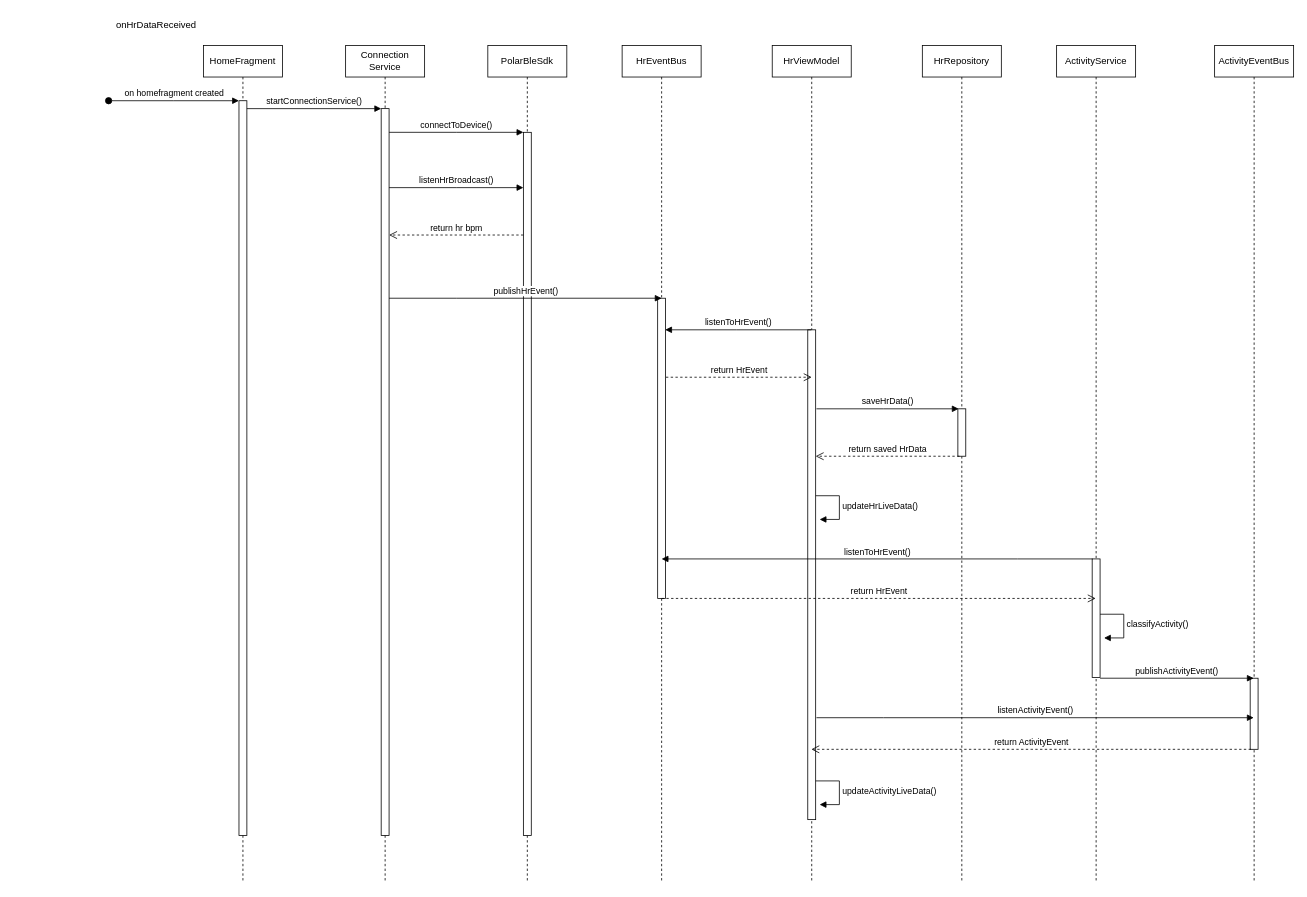
This is my-thesis/diagrams/hr-broadcast.drawio from ba-nhermanto/thesis, a draw.io file, before an edit. Source tidied: cells renumbered, new cells numbered last; positions are measured from the earlier drawing's top-left corner, leaving out a move shared by most shapes. Both pictures are drawn from the tidied source at 79%, with x=0, y=0 at pixel (108, 13).
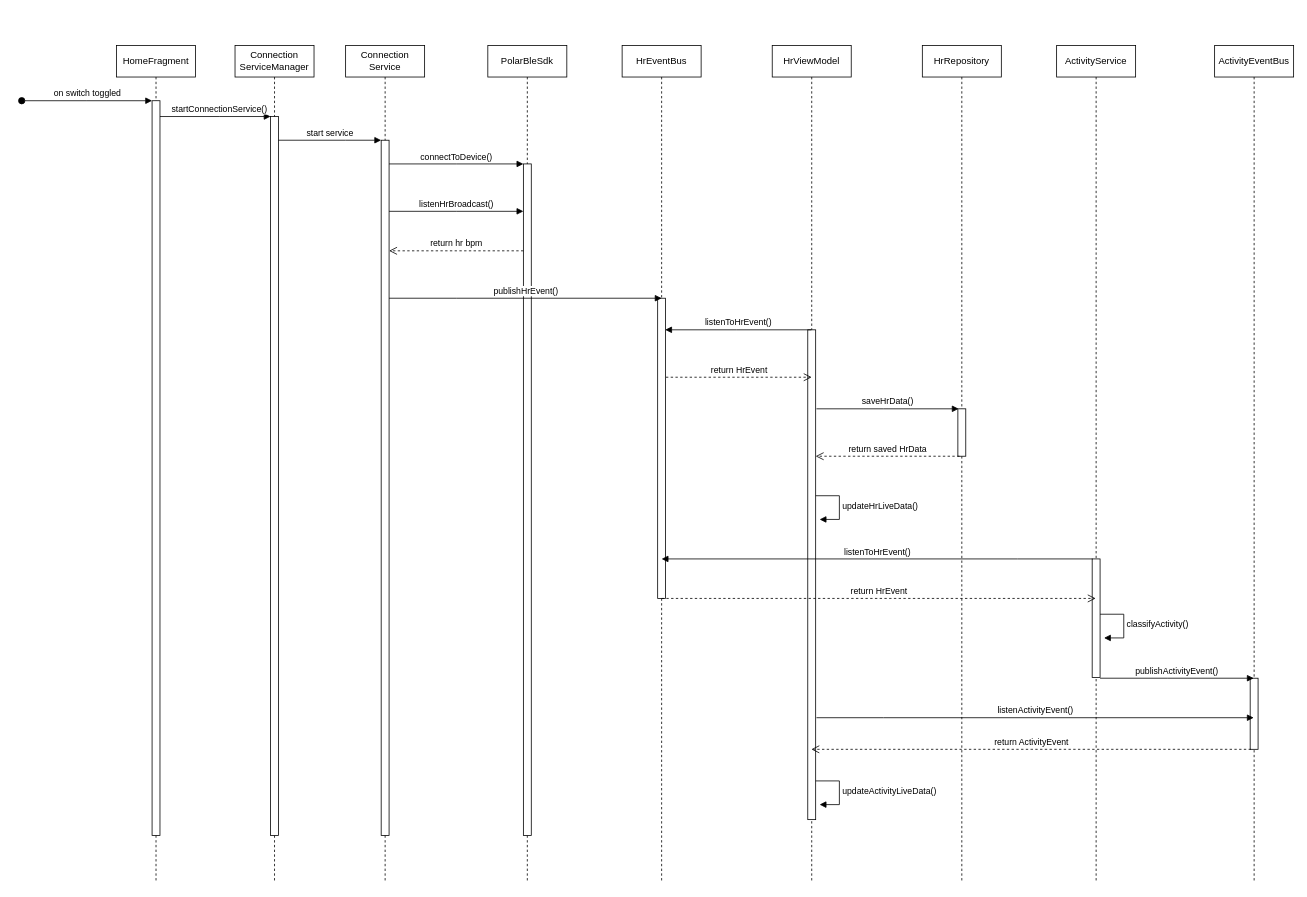
The same diagram, later.

The change refers to these unchanged cells:
```xml
<mxCell id="3" style="html=1;points=[];perimeter=orthogonalPerimeter;outlineConnect=0;targetShapes=umlLifeline;portConstraint=eastwest;newEdgeStyle={&quot;edgeStyle&quot;:&quot;elbowEdgeStyle&quot;,&quot;elbow&quot;:&quot;vertical&quot;,&quot;curved&quot;:0,&quot;rounded&quot;:0};" parent="2" vertex="1">
  <mxGeometry x="45" y="70" width="10" height="930" as="geometry" />
</mxCell>
<mxCell id="5" value="Connection&lt;br&gt;Service" style="shape=umlLifeline;perimeter=lifelinePerimeter;whiteSpace=wrap;html=1;newEdgeStyle={&quot;edgeStyle&quot;:&quot;elbowEdgeStyle&quot;,&quot;elbow&quot;:&quot;vertical&quot;,&quot;curved&quot;:0,&quot;rounded&quot;:0};" parent="1" vertex="1">
  <mxGeometry x="300" y="40" width="100" height="1060" as="geometry" />
</mxCell>
<mxCell id="8" value="PolarBleSdk" style="shape=umlLifeline;perimeter=lifelinePerimeter;whiteSpace=wrap;html=1;newEdgeStyle={&quot;edgeStyle&quot;:&quot;elbowEdgeStyle&quot;,&quot;elbow&quot;:&quot;vertical&quot;,&quot;curved&quot;:0,&quot;rounded&quot;:0};" parent="1" vertex="1">
  <mxGeometry x="480" y="40" width="100" height="1060" as="geometry" />
</mxCell>
```

Change to the diagram source:
```diff
@@
     <mxCell id="2" value="HomeFragment" style="shape=umlLifeline;perimeter=lifelinePerimeter;whiteSpace=wrap;html=1;newEdgeStyle={&quot;edgeStyle&quot;:&quot;elbowEdgeStyle&quot;,&quot;elbow&quot;:&quot;vertical&quot;,&quot;curved&quot;:0,&quot;rounded&quot;:0};" parent="1" vertex="1">
-      <mxGeometry x="120" y="40" width="100" height="1060" as="geometry" />
+      <mxGeometry x="10" y="40" width="100" height="1060" as="geometry" />
     </mxCell>
@@
-    <mxCell id="4" value="on homefragment created" style="html=1;verticalAlign=bottom;startArrow=oval;endArrow=block;startSize=8;edgeStyle=elbowEdgeStyle;elbow=vertical;curved=0;rounded=0;" parent="2" edge="1" target="3">
+    <mxCell id="4" value="on switch toggled" style="html=1;verticalAlign=bottom;startArrow=oval;endArrow=block;startSize=8;edgeStyle=elbowEdgeStyle;elbow=vertical;curved=0;rounded=0;" parent="2" edge="1" target="3">
       <mxGeometry relative="1" as="geometry">
         <mxPoint x="-120" y="70" as="sourcePoint" />
       </mxGeometry>
     </mxCell>
@@
     <mxCell id="6" style="html=1;points=[];perimeter=orthogonalPerimeter;outlineConnect=0;targetShapes=umlLifeline;portConstraint=eastwest;newEdgeStyle={&quot;edgeStyle&quot;:&quot;elbowEdgeStyle&quot;,&quot;elbow&quot;:&quot;vertical&quot;,&quot;curved&quot;:0,&quot;rounded&quot;:0};" parent="5" vertex="1">
-      <mxGeometry x="45" y="80" width="10" height="920" as="geometry" />
+      <mxGeometry x="45" y="120" width="10" height="880" as="geometry" />
     </mxCell>
-    <mxCell id="7" value="startConnectionService()" style="html=1;verticalAlign=bottom;endArrow=block;edgeStyle=elbowEdgeStyle;elbow=vertical;curved=0;rounded=0;" parent="1" edge="1" source="3" target="6">
-      <mxGeometry relative="1" as="geometry">
+    <mxCell id="7" value="startConnectionService()" style="html=1;verticalAlign=bottom;endArrow=block;edgeStyle=elbowEdgeStyle;elbow=vertical;curved=0;rounded=0;" parent="1" edge="1" source="3" target="38">
+      <mxGeometry x="0.07" relative="1" as="geometry">
         <Array as="points">
-          <mxPoint x="260" y="120" />
+          <mxPoint x="140" y="130" />
         </Array>
       </mxGeometry>
     </mxCell>
@@
     <mxCell id="9" style="html=1;perimeter=orthogonalPerimeter;targetShapes=umlLifeline;newEdgeStyle={&quot;edgeStyle&quot;:&quot;elbowEdgeStyle&quot;,&quot;elbow&quot;:&quot;vertical&quot;,&quot;curved&quot;:0,&quot;rounded&quot;:0};" parent="8" vertex="1">
-      <mxGeometry x="45" y="110" width="10" height="890" as="geometry" />
+      <mxGeometry x="45" y="150" width="10" height="850" as="geometry" />
     </mxCell>
     <mxCell id="10" value="connectToDevice()" style="html=1;verticalAlign=bottom;endArrow=block;edgeStyle=elbowEdgeStyle;elbow=vertical;curved=0;rounded=0;" parent="1" edge="1">
       <mxGeometry relative="1" as="geometry">
-        <mxPoint x="355" y="150" as="sourcePoint" />
-        <mxPoint x="525" y="150" as="targetPoint" />
+        <mxPoint x="355" y="190" as="sourcePoint" />
+        <mxPoint x="525" y="190" as="targetPoint" />
         <Array as="points">
-          <mxPoint x="440" y="150" />
+          <mxPoint x="440" y="190" />
         </Array>
       </mxGeometry>
     </mxCell>
     <mxCell id="11" value="listenHrBroadcast()" style="html=1;verticalAlign=bottom;endArrow=block;edgeStyle=elbowEdgeStyle;elbow=vertical;curved=0;rounded=0;" parent="1" edge="1">
       <mxGeometry relative="1" as="geometry">
-        <mxPoint x="355" y="220" as="sourcePoint" />
-        <mxPoint x="525" y="220" as="targetPoint" />
+        <mxPoint x="355" y="250" as="sourcePoint" />
+        <mxPoint x="525" y="250" as="targetPoint" />
         <Array as="points">
-          <mxPoint x="440" y="220" />
+          <mxPoint x="440" y="250" />
         </Array>
       </mxGeometry>
     </mxCell>
     <mxCell id="12" value="return hr bpm" style="html=1;verticalAlign=bottom;endArrow=open;dashed=1;endSize=8;edgeStyle=elbowEdgeStyle;elbow=vertical;curved=0;rounded=0;" parent="1" edge="1">
       <mxGeometry relative="1" as="geometry">
-        <mxPoint x="525" y="280" as="sourcePoint" />
-        <mxPoint x="355" y="280" as="targetPoint" />
+        <mxPoint x="525" y="300" as="sourcePoint" />
+        <mxPoint x="355" y="300" as="targetPoint" />
       </mxGeometry>
     </mxCell>
@@
-    <mxCell id="18" value="onHrDataReceived" style="text;html=1;align=center;verticalAlign=middle;strokeColor=none;fillColor=none;" parent="1" vertex="1">
-      <mxGeometry width="120" height="30" as="geometry" />
-    </mxCell>
@@
+    <mxCell id="37" value="Connection&lt;br&gt;ServiceManager" style="shape=umlLifeline;perimeter=lifelinePerimeter;whiteSpace=wrap;html=1;newEdgeStyle={&quot;edgeStyle&quot;:&quot;elbowEdgeStyle&quot;,&quot;elbow&quot;:&quot;vertical&quot;,&quot;curved&quot;:0,&quot;rounded&quot;:0};" parent="1" vertex="1">
+      <mxGeometry x="160" y="40" width="100" height="1060" as="geometry" />
+    </mxCell>
+    <mxCell id="38" style="html=1;points=[];perimeter=orthogonalPerimeter;outlineConnect=0;targetShapes=umlLifeline;portConstraint=eastwest;newEdgeStyle={&quot;edgeStyle&quot;:&quot;elbowEdgeStyle&quot;,&quot;elbow&quot;:&quot;vertical&quot;,&quot;curved&quot;:0,&quot;rounded&quot;:0};" parent="37" vertex="1">
+      <mxGeometry x="45" y="90" width="10" height="910" as="geometry" />
+    </mxCell>
+    <mxCell id="39" value="start service" style="html=1;verticalAlign=bottom;endArrow=block;edgeStyle=elbowEdgeStyle;elbow=vertical;curved=0;rounded=0;" parent="1" edge="1">
+      <mxGeometry relative="1" as="geometry">
+        <mxPoint x="215" y="160" as="sourcePoint" />
+        <mxPoint x="345" y="160" as="targetPoint" />
+        <Array as="points">
+          <mxPoint x="300" y="160" />
+        </Array>
+      </mxGeometry>
+    </mxCell>
```
